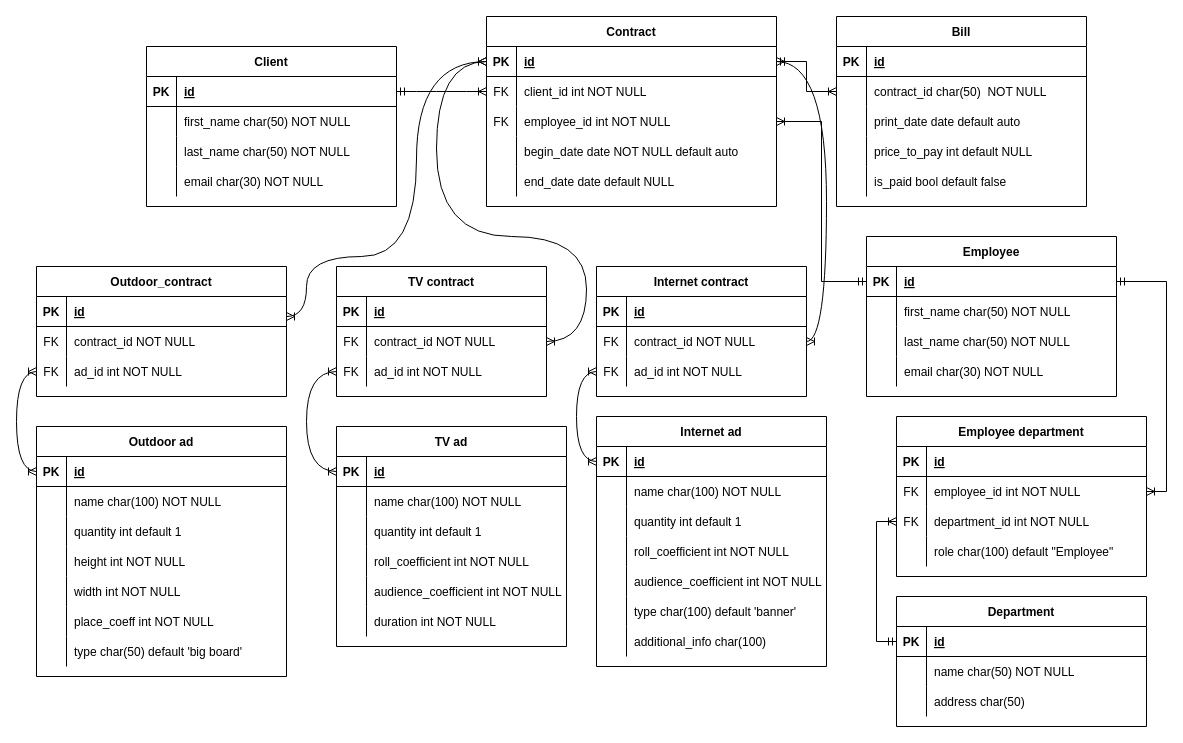
Earlier version of the draw.io diagram AgencySchema.drawio (vittrum/dbc_adv_agency). Source tidied: cells renumbered, new cells numbered last; positions are measured from the earlier drawing's top-left corner, leaving out a move shared by most shapes. Both pictures are drawn from the tidied source at 100%, with x=0, y=0 at pixel (36, 16).
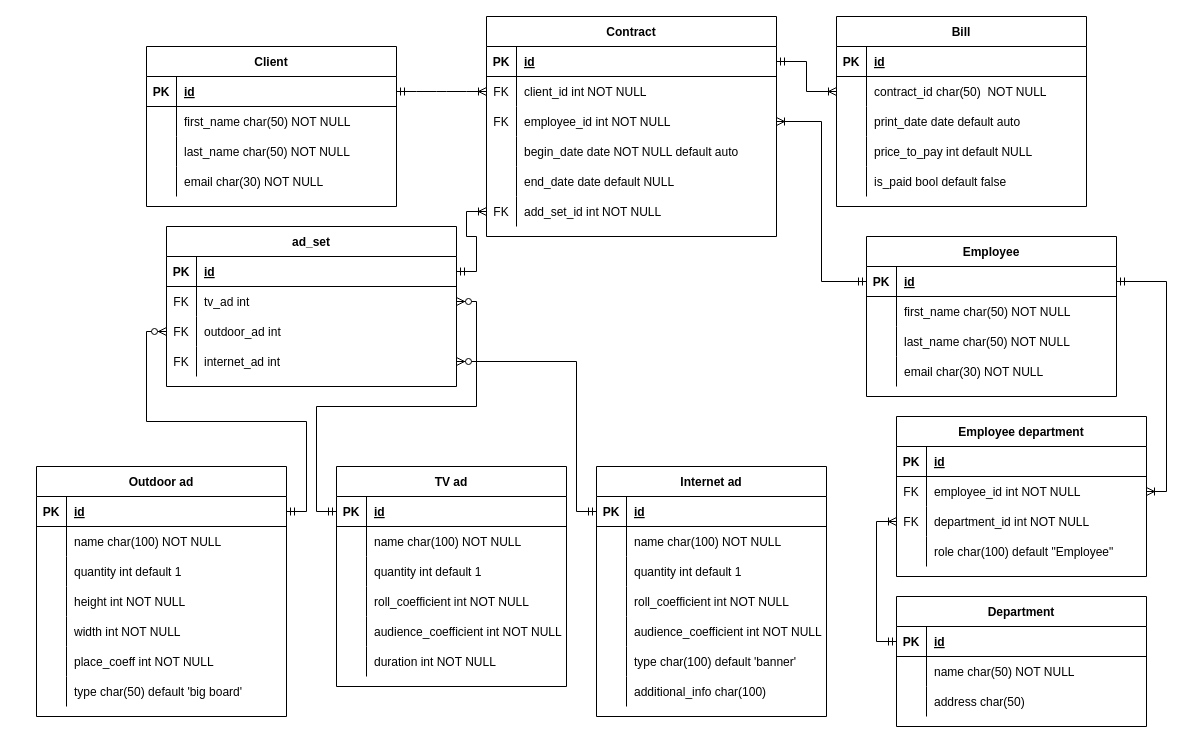
Above is the later version.

Unchanged cells that the change refers to:
```xml
<mxCell id="4" style="shape=partialRectangle;fillColor=none;points=[[0,0.5],[1,0.5]];portConstraint=eastwest;top=0;left=0;right=0;bottom=1;" parent="3" vertex="1">
  <mxGeometry y="30" width="290" height="30" as="geometry" />
</mxCell>
<mxCell id="99" style="shape=partialRectangle;fillColor=none;points=[[0,0.5],[1,0.5]];portConstraint=eastwest;top=0;left=0;right=0;bottom=1;" parent="98" vertex="1">
  <mxGeometry y="30" width="250" height="30" as="geometry" />
</mxCell>
<mxCell id="121" style="shape=partialRectangle;fillColor=none;points=[[0,0.5],[1,0.5]];portConstraint=eastwest;top=0;left=0;right=0;bottom=1;" parent="120" vertex="1">
  <mxGeometry y="30" width="230" height="30" as="geometry" />
</mxCell>
<mxCell id="164" style="shape=partialRectangle;fillColor=none;points=[[0,0.5],[1,0.5]];portConstraint=eastwest;top=0;left=0;right=0;bottom=1;" parent="163" vertex="1">
  <mxGeometry y="30" width="230" height="30" as="geometry" />
</mxCell>
```

Diff of the diagram source:
```diff
@@
     <mxCell id="3" value="Contract" style="shape=table;startSize=30;childLayout=tableLayout;rowLines=0;fontStyle=1;align=center;" parent="1" vertex="1">
-      <mxGeometry x="450" width="290" height="190" as="geometry" />
+      <mxGeometry x="450" width="290" height="220" as="geometry" />
     </mxCell>
@@
+    <mxCell id="187" style="shape=partialRectangle;fillColor=none;points=[[0,0.5],[1,0.5]];portConstraint=eastwest;top=0;left=0;right=0;bottom=0;" parent="3" vertex="1">
+      <mxGeometry y="180" width="290" height="30" as="geometry" />
+    </mxCell>
+    <mxCell id="188" value="FK" style="shape=partialRectangle;overflow=hidden;fillColor=none;top=0;left=0;bottom=0;right=0;" parent="187" vertex="1">
+      <mxGeometry width="30" height="30" as="geometry" />
+    </mxCell>
+    <mxCell id="189" value="add_set_id int NOT NULL" style="shape=partialRectangle;overflow=hidden;fillColor=none;top=0;left=0;bottom=0;right=0;align=left;spacingLeft=6;" parent="187" vertex="1">
+      <mxGeometry x="30" width="260" height="30" as="geometry" />
+    </mxCell>
@@
-    <mxCell id="32" value="Outdoor_contract" style="shape=table;startSize=30;childLayout=tableLayout;rowLines=0;fontStyle=1;align=center;" parent="1" vertex="1">
-      <mxGeometry y="250" width="250" height="130" as="geometry" />
-    </mxCell>
-    <mxCell id="33" style="shape=partialRectangle;fillColor=none;top=0;left=0;right=0;bottom=1;" parent="32" vertex="1">
-      <mxGeometry y="30" width="250" height="30" as="geometry" />
-    </mxCell>
-    <mxCell id="34" value="PK" style="shape=partialRectangle;overflow=hidden;fillColor=none;top=0;left=0;bottom=0;right=0;fontStyle=1;" parent="33" vertex="1">
-      <mxGeometry width="30" height="30" as="geometry" />
-    </mxCell>
-    <mxCell id="35" value="id" style="shape=partialRectangle;overflow=hidden;fillColor=none;top=0;left=0;bottom=0;right=0;align=left;spacingLeft=6;fontStyle=5;" parent="33" vertex="1">
-      <mxGeometry x="30" width="220" height="30" as="geometry" />
-    </mxCell>
-    <mxCell id="36" style="shape=partialRectangle;fillColor=none;top=0;left=0;right=0;bottom=0;" parent="32" vertex="1">
-      <mxGeometry y="60" width="250" height="30" as="geometry" />
-    </mxCell>
-    <mxCell id="37" value="FK" style="shape=partialRectangle;overflow=hidden;fillColor=none;top=0;left=0;bottom=0;right=0;" parent="36" vertex="1">
-      <mxGeometry width="30" height="30" as="geometry" />
-    </mxCell>
-    <mxCell id="38" value="contract_id NOT NULL" style="shape=partialRectangle;overflow=hidden;fillColor=none;top=0;left=0;bottom=0;right=0;align=left;spacingLeft=6;" parent="36" vertex="1">
-      <mxGeometry x="30" width="220" height="30" as="geometry" />
-    </mxCell>
-    <mxCell id="39" style="shape=partialRectangle;fillColor=none;points=[[0,0.5],[1,0.5]];portConstraint=eastwest;top=0;left=0;right=0;bottom=0;" parent="32" vertex="1">
-      <mxGeometry y="90" width="250" height="30" as="geometry" />
-    </mxCell>
-    <mxCell id="40" value="FK" style="shape=partialRectangle;overflow=hidden;fillColor=none;top=0;left=0;bottom=0;right=0;" parent="39" vertex="1">
-      <mxGeometry width="30" height="30" as="geometry" />
-    </mxCell>
-    <mxCell id="41" value="ad_id int NOT NULL" style="shape=partialRectangle;overflow=hidden;fillColor=none;top=0;left=0;bottom=0;right=0;align=left;spacingLeft=6;" parent="39" vertex="1">
-      <mxGeometry x="30" width="220" height="30" as="geometry" />
-    </mxCell>
@@
     <mxCell id="98" value="Outdoor ad" style="shape=table;startSize=30;childLayout=tableLayout;rowLines=0;fontStyle=1;align=center;" parent="1" vertex="1">
-      <mxGeometry y="410" width="250" height="250" as="geometry" />
+      <mxGeometry y="450" width="250" height="250" as="geometry" />
     </mxCell>
@@
     <mxCell id="120" value="TV ad" style="shape=table;startSize=30;childLayout=tableLayout;rowLines=0;fontStyle=1;align=center;" parent="1" vertex="1">
-      <mxGeometry x="300" y="410" width="230" height="220" as="geometry" />
+      <mxGeometry x="300" y="450" width="230" height="220" as="geometry" />
     </mxCell>
@@
-    <mxCell id="139" value="TV contract" style="shape=table;startSize=30;childLayout=tableLayout;rowLines=0;fontStyle=1;align=center;" parent="1" vertex="1">
-      <mxGeometry x="300" y="250" width="210" height="130" as="geometry" />
-    </mxCell>
-    <mxCell id="140" style="shape=partialRectangle;fillColor=none;top=0;left=0;right=0;bottom=1;" parent="139" vertex="1">
-      <mxGeometry y="30" width="210" height="30" as="geometry" />
-    </mxCell>
-    <mxCell id="141" value="PK" style="shape=partialRectangle;overflow=hidden;fillColor=none;top=0;left=0;bottom=0;right=0;fontStyle=1;" parent="140" vertex="1">
-      <mxGeometry width="30" height="30" as="geometry" />
-    </mxCell>
-    <mxCell id="142" value="id" style="shape=partialRectangle;overflow=hidden;fillColor=none;top=0;left=0;bottom=0;right=0;align=left;spacingLeft=6;fontStyle=5;" parent="140" vertex="1">
-      <mxGeometry x="30" width="180" height="30" as="geometry" />
-    </mxCell>
-    <mxCell id="143" style="shape=partialRectangle;fillColor=none;points=[[0,0.5],[1,0.5]];portConstraint=eastwest;top=0;left=0;right=0;bottom=0;" parent="139" vertex="1">
-      <mxGeometry y="60" width="210" height="30" as="geometry" />
-    </mxCell>
-    <mxCell id="144" value="FK" style="shape=partialRectangle;overflow=hidden;fillColor=none;top=0;left=0;bottom=0;right=0;" parent="143" vertex="1">
-      <mxGeometry width="30" height="30" as="geometry" />
-    </mxCell>
-    <mxCell id="145" value="contract_id NOT NULL" style="shape=partialRectangle;overflow=hidden;fillColor=none;top=0;left=0;bottom=0;right=0;align=left;spacingLeft=6;" parent="143" vertex="1">
-      <mxGeometry x="30" width="180" height="30" as="geometry" />
-    </mxCell>
-    <mxCell id="146" style="shape=partialRectangle;fillColor=none;points=[[0,0.5],[1,0.5]];portConstraint=eastwest;top=0;left=0;right=0;bottom=0;" parent="139" vertex="1">
-      <mxGeometry y="90" width="210" height="30" as="geometry" />
-    </mxCell>
-    <mxCell id="147" value="FK" style="shape=partialRectangle;overflow=hidden;fillColor=none;top=0;left=0;bottom=0;right=0;" parent="146" vertex="1">
-      <mxGeometry width="30" height="30" as="geometry" />
-    </mxCell>
-    <mxCell id="148" value="ad_id int NOT NULL" style="shape=partialRectangle;overflow=hidden;fillColor=none;top=0;left=0;bottom=0;right=0;align=left;spacingLeft=6;" parent="146" vertex="1">
-      <mxGeometry x="30" width="180" height="30" as="geometry" />
-    </mxCell>
-    <mxCell id="149" style="edgeStyle=orthogonalEdgeStyle;rounded=0;jettySize=auto;html=1;startArrow=ERoneToMany;startFill=0;endArrow=ERoneToMany;endFill=0;entryX=1;entryY=0.5;entryDx=0;entryDy=0;curved=1;" parent="1" edge="1" source="4" target="143">
-      <mxGeometry relative="1" as="geometry">
-        <Array as="points">
-          <mxPoint x="400" y="45" />
-          <mxPoint x="400" y="220" />
-          <mxPoint x="550" y="220" />
-          <mxPoint x="550" y="325" />
-        </Array>
-      </mxGeometry>
-    </mxCell>
-    <mxCell id="150" style="edgeStyle=orthogonalEdgeStyle;curved=1;rounded=0;jettySize=auto;html=1;entryX=0;entryY=0.5;entryDx=0;entryDy=0;startArrow=ERoneToMany;startFill=0;endArrow=ERoneToMany;endFill=0;" parent="1" edge="1" source="99" target="39">
-      <mxGeometry relative="1" as="geometry" />
-    </mxCell>
-    <mxCell id="151" style="edgeStyle=orthogonalEdgeStyle;curved=1;rounded=0;jettySize=auto;html=1;entryX=0;entryY=0.5;entryDx=0;entryDy=0;startArrow=ERoneToMany;startFill=0;endArrow=ERoneToMany;endFill=0;" parent="1" edge="1" source="121" target="146">
-      <mxGeometry relative="1" as="geometry">
-        <Array as="points">
-          <mxPoint x="270" y="455" />
-          <mxPoint x="270" y="355" />
-        </Array>
-      </mxGeometry>
-    </mxCell>
-    <mxCell id="152" style="edgeStyle=orthogonalEdgeStyle;curved=1;rounded=0;jettySize=auto;html=1;startArrow=ERoneToMany;startFill=0;endArrow=ERoneToMany;endFill=0;" parent="1" edge="1" source="4">
-      <mxGeometry relative="1" as="geometry">
-        <mxPoint x="250" y="300" as="targetPoint" />
-        <Array as="points">
-          <mxPoint x="380" y="45" />
-          <mxPoint x="380" y="240" />
-          <mxPoint x="270" y="240" />
-          <mxPoint x="270" y="300" />
-        </Array>
-      </mxGeometry>
-    </mxCell>
-    <mxCell id="153" value="Internet contract" style="shape=table;startSize=30;childLayout=tableLayout;rowLines=0;fontStyle=1;align=center;" parent="1" vertex="1">
-      <mxGeometry x="560" y="250" width="210" height="130" as="geometry" />
-    </mxCell>
-    <mxCell id="154" style="shape=partialRectangle;fillColor=none;top=0;left=0;right=0;bottom=1;" parent="153" vertex="1">
-      <mxGeometry y="30" width="210" height="30" as="geometry" />
-    </mxCell>
-    <mxCell id="155" value="PK" style="shape=partialRectangle;overflow=hidden;fillColor=none;top=0;left=0;bottom=0;right=0;fontStyle=1;" parent="154" vertex="1">
-      <mxGeometry width="30" height="30" as="geometry" />
-    </mxCell>
-    <mxCell id="156" value="id" style="shape=partialRectangle;overflow=hidden;fillColor=none;top=0;left=0;bottom=0;right=0;align=left;spacingLeft=6;fontStyle=5;" parent="154" vertex="1">
-      <mxGeometry x="30" width="180" height="30" as="geometry" />
-    </mxCell>
-    <mxCell id="157" style="shape=partialRectangle;fillColor=none;points=[[0,0.5],[1,0.5]];portConstraint=eastwest;top=0;left=0;right=0;bottom=0;" parent="153" vertex="1">
-      <mxGeometry y="60" width="210" height="30" as="geometry" />
-    </mxCell>
-    <mxCell id="158" value="FK" style="shape=partialRectangle;overflow=hidden;fillColor=none;top=0;left=0;bottom=0;right=0;" parent="157" vertex="1">
-      <mxGeometry width="30" height="30" as="geometry" />
-    </mxCell>
-    <mxCell id="159" value="contract_id NOT NULL" style="shape=partialRectangle;overflow=hidden;fillColor=none;top=0;left=0;bottom=0;right=0;align=left;spacingLeft=6;" parent="157" vertex="1">
-      <mxGeometry x="30" width="180" height="30" as="geometry" />
-    </mxCell>
-    <mxCell id="160" style="shape=partialRectangle;fillColor=none;points=[[0,0.5],[1,0.5]];portConstraint=eastwest;top=0;left=0;right=0;bottom=0;" parent="153" vertex="1">
-      <mxGeometry y="90" width="210" height="30" as="geometry" />
-    </mxCell>
-    <mxCell id="161" value="FK" style="shape=partialRectangle;overflow=hidden;fillColor=none;top=0;left=0;bottom=0;right=0;" parent="160" vertex="1">
-      <mxGeometry width="30" height="30" as="geometry" />
-    </mxCell>
-    <mxCell id="162" value="ad_id int NOT NULL" style="shape=partialRectangle;overflow=hidden;fillColor=none;top=0;left=0;bottom=0;right=0;align=left;spacingLeft=6;" parent="160" vertex="1">
-      <mxGeometry x="30" width="180" height="30" as="geometry" />
-    </mxCell>
     <mxCell id="163" value="Internet ad" style="shape=table;startSize=30;childLayout=tableLayout;rowLines=0;fontStyle=1;align=center;" parent="1" vertex="1">
-      <mxGeometry x="560" y="400" width="230" height="250" as="geometry" />
+      <mxGeometry x="560" y="450" width="230" height="250" as="geometry" />
     </mxCell>
@@
-    <mxCell id="185" style="edgeStyle=orthogonalEdgeStyle;curved=1;rounded=0;jettySize=auto;html=1;entryX=1;entryY=0.5;entryDx=0;entryDy=0;startArrow=ERoneToMany;startFill=0;endArrow=ERoneToMany;endFill=0;" parent="1" edge="1" source="4" target="157">
-      <mxGeometry relative="1" as="geometry" />
-    </mxCell>
-    <mxCell id="186" style="edgeStyle=orthogonalEdgeStyle;curved=1;rounded=0;jettySize=auto;html=1;entryX=0;entryY=0.5;entryDx=0;entryDy=0;startArrow=ERoneToMany;startFill=0;endArrow=ERoneToMany;endFill=0;" parent="1" edge="1" source="164" target="160">
-      <mxGeometry relative="1" as="geometry" />
-    </mxCell>
+    <mxCell id="190" value="ad_set" style="shape=table;startSize=30;childLayout=tableLayout;rowLines=0;fontStyle=1;align=center;" parent="1" vertex="1">
+      <mxGeometry x="130" y="210" width="290" height="160" as="geometry" />
+    </mxCell>
+    <mxCell id="191" style="shape=partialRectangle;fillColor=none;points=[[0,0.5],[1,0.5]];portConstraint=eastwest;top=0;left=0;right=0;bottom=1;" parent="190" vertex="1">
+      <mxGeometry y="30" width="290" height="30" as="geometry" />
+    </mxCell>
+    <mxCell id="192" value="PK" style="shape=partialRectangle;overflow=hidden;fillColor=none;top=0;left=0;bottom=0;right=0;fontStyle=1;" parent="191" vertex="1">
+      <mxGeometry width="30" height="30" as="geometry" />
+    </mxCell>
+    <mxCell id="193" value="id" style="shape=partialRectangle;overflow=hidden;fillColor=none;top=0;left=0;bottom=0;right=0;align=left;spacingLeft=6;fontStyle=5;" parent="191" vertex="1">
+      <mxGeometry x="30" width="260" height="30" as="geometry" />
+    </mxCell>
+    <mxCell id="194" style="shape=partialRectangle;fillColor=none;points=[[0,0.5],[1,0.5]];portConstraint=eastwest;top=0;left=0;right=0;bottom=0;" parent="190" vertex="1">
+      <mxGeometry y="60" width="290" height="30" as="geometry" />
+    </mxCell>
+    <mxCell id="195" value="FK" style="shape=partialRectangle;overflow=hidden;fillColor=none;top=0;left=0;bottom=0;right=0;" parent="194" vertex="1">
+      <mxGeometry width="30" height="30" as="geometry" />
+    </mxCell>
+    <mxCell id="196" value="tv_ad int " style="shape=partialRectangle;overflow=hidden;fillColor=none;top=0;left=0;bottom=0;right=0;align=left;spacingLeft=6;" parent="194" vertex="1">
+      <mxGeometry x="30" width="260" height="30" as="geometry" />
+    </mxCell>
+    <mxCell id="197" style="shape=partialRectangle;fillColor=none;points=[[0,0.5],[1,0.5]];portConstraint=eastwest;top=0;left=0;right=0;bottom=0;" parent="190" vertex="1">
+      <mxGeometry y="90" width="290" height="30" as="geometry" />
+    </mxCell>
+    <mxCell id="198" value="FK" style="shape=partialRectangle;overflow=hidden;fillColor=none;top=0;left=0;bottom=0;right=0;" parent="197" vertex="1">
+      <mxGeometry width="30" height="30" as="geometry" />
+    </mxCell>
+    <mxCell id="199" value="outdoor_ad int" style="shape=partialRectangle;overflow=hidden;fillColor=none;top=0;left=0;bottom=0;right=0;align=left;spacingLeft=6;" parent="197" vertex="1">
+      <mxGeometry x="30" width="260" height="30" as="geometry" />
+    </mxCell>
+    <mxCell id="200" style="shape=partialRectangle;fillColor=none;points=[[0,0.5],[1,0.5]];portConstraint=eastwest;top=0;left=0;right=0;bottom=0;" parent="190" vertex="1">
+      <mxGeometry y="120" width="290" height="30" as="geometry" />
+    </mxCell>
+    <mxCell id="201" value="FK" style="shape=partialRectangle;overflow=hidden;fillColor=none;top=0;left=0;bottom=0;right=0;" parent="200" vertex="1">
+      <mxGeometry width="30" height="30" as="geometry" />
+    </mxCell>
+    <mxCell id="202" value="internet_ad int" style="shape=partialRectangle;overflow=hidden;fillColor=none;top=0;left=0;bottom=0;right=0;align=left;spacingLeft=6;" parent="200" vertex="1">
+      <mxGeometry x="30" width="260" height="30" as="geometry" />
+    </mxCell>
+    <mxCell id="203" style="edgeStyle=orthogonalEdgeStyle;rounded=0;jettySize=auto;html=1;entryX=1;entryY=0.5;entryDx=0;entryDy=0;startArrow=ERmandOne;startFill=0;endArrow=ERzeroToMany;endFill=1;" parent="1" edge="1" source="164" target="200">
+      <mxGeometry relative="1" as="geometry">
+        <Array as="points">
+          <mxPoint x="540" y="495" />
+          <mxPoint x="540" y="345" />
+        </Array>
+      </mxGeometry>
+    </mxCell>
+    <mxCell id="204" style="edgeStyle=orthogonalEdgeStyle;rounded=0;jettySize=auto;html=1;entryX=1;entryY=0.5;entryDx=0;entryDy=0;startArrow=ERmandOne;startFill=0;endArrow=ERzeroToMany;endFill=1;" parent="1" edge="1" source="121" target="194">
+      <mxGeometry relative="1" as="geometry" />
+    </mxCell>
+    <mxCell id="205" style="edgeStyle=orthogonalEdgeStyle;rounded=0;jettySize=auto;html=1;entryX=0;entryY=0.5;entryDx=0;entryDy=0;startArrow=ERmandOne;startFill=0;endArrow=ERzeroToMany;endFill=1;" parent="1" edge="1" source="99" target="197">
+      <mxGeometry relative="1" as="geometry" />
+    </mxCell>
+    <mxCell id="206" style="edgeStyle=orthogonalEdgeStyle;rounded=0;jettySize=auto;html=1;entryX=0;entryY=0.5;entryDx=0;entryDy=0;startArrow=ERmandOne;startFill=0;endArrow=ERoneToMany;endFill=0;" parent="1" edge="1" source="191" target="187">
+      <mxGeometry relative="1" as="geometry" />
+    </mxCell>
```
